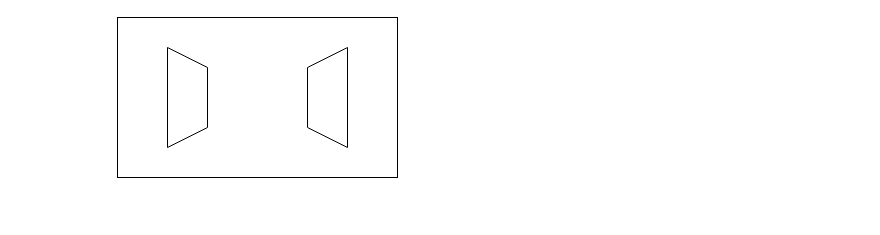
Above: Pipeline Diagram.drawio in ranjulbn20/Diagrams (draw.io), before the change. Source tidied: cells renumbered, new cells numbered last; positions are measured from the earlier drawing's top-left corner, leaving out a move shared by most shapes. Both pictures are drawn from the tidied source at 100%, with x=0, y=0 at pixel (117, 17). Pictures stored in the file or linked from it are replaced by grey dashed boxes.
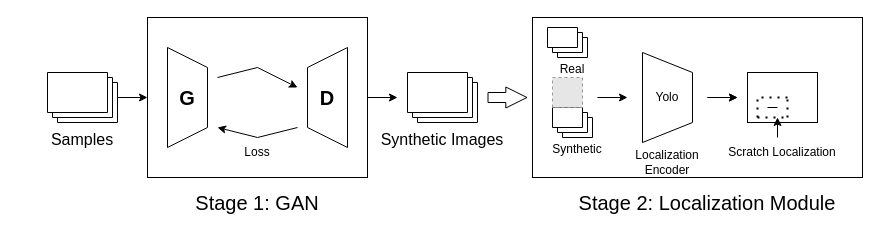
Above is the later version.

The edit, as a diff of the source:
```diff
@@
+    <mxCell id="5" style="rounded=0;whiteSpace=wrap;html=1;fontSize=16;" parent="1" vertex="1">
+      <mxGeometry x="415" width="330" height="160" as="geometry" />
+    </mxCell>
+    <mxCell id="6" style="rounded=0;whiteSpace=wrap;html=1;fontSize=12;" parent="1" vertex="1">
+      <mxGeometry x="630" y="55" width="70" height="50" as="geometry" />
+    </mxCell>
     <mxCell id="2" style="rounded=0;whiteSpace=wrap;html=1;" parent="1" vertex="1">
-      <mxGeometry width="280" height="160" as="geometry" />
+      <mxGeometry x="30" width="220" height="160" as="geometry" />
     </mxCell>
@@
+    <mxCell id="7" style="endArrow=classic;html=1;rounded=0;" parent="1" edge="1">
+      <mxGeometry relative="1" as="geometry">
+        <mxPoint x="100" y="60" as="sourcePoint" />
+        <mxPoint x="180" y="70" as="targetPoint" />
+        <Array as="points">
+          <mxPoint x="140" y="50" />
+        </Array>
+      </mxGeometry>
+    </mxCell>
+    <mxCell id="8" style="endArrow=classic;html=1;rounded=0;startArrow=none;" parent="1" edge="1">
+      <mxGeometry relative="1" as="geometry">
+        <mxPoint x="180" y="110" as="sourcePoint" />
+        <mxPoint x="100" y="110" as="targetPoint" />
+        <Array as="points">
+          <mxPoint x="140" y="120" />
+        </Array>
+      </mxGeometry>
+    </mxCell>
+    <mxCell id="9" value="Loss" style="text;html=1;strokeColor=none;fillColor=none;align=center;verticalAlign=middle;whiteSpace=wrap;rounded=0;" parent="1" vertex="1">
+      <mxGeometry x="110" y="120" width="60" height="30" as="geometry" />
+    </mxCell>
+    <mxCell id="10" value="&lt;font style=&quot;font-size: 20px;&quot;&gt;&lt;b&gt;G&lt;/b&gt;&lt;/font&gt;" style="text;html=1;strokeColor=none;fillColor=none;align=center;verticalAlign=middle;whiteSpace=wrap;rounded=0;" parent="1" vertex="1">
+      <mxGeometry x="40" y="65" width="60" height="30" as="geometry" />
+    </mxCell>
+    <mxCell id="11" value="&lt;span style=&quot;font-size: 20px;&quot;&gt;&lt;b&gt;D&lt;/b&gt;&lt;/span&gt;" style="text;html=1;strokeColor=none;fillColor=none;align=center;verticalAlign=middle;whiteSpace=wrap;rounded=0;" parent="1" vertex="1">
+      <mxGeometry x="180" y="65" width="60" height="30" as="geometry" />
+    </mxCell>
+    <mxCell id="12" value="Stage 1: GAN" style="text;html=1;strokeColor=none;fillColor=none;align=center;verticalAlign=middle;whiteSpace=wrap;rounded=0;fontSize=20;" parent="1" vertex="1">
+      <mxGeometry x="70" y="170" width="140" height="30" as="geometry" />
+    </mxCell>
+    <mxCell id="13" style="verticalLabelPosition=bottom;verticalAlign=top;html=1;shape=mxgraph.basic.layered_rect;dx=10;whiteSpace=wrap;fontSize=20;" parent="1" vertex="1">
+      <mxGeometry x="290" y="55" width="70" height="50" as="geometry" />
+    </mxCell>
+    <mxCell id="14" value="&lt;font style=&quot;font-size: 16px;&quot;&gt;Synthetic Images&lt;/font&gt;" style="text;html=1;strokeColor=none;fillColor=none;align=center;verticalAlign=middle;whiteSpace=wrap;rounded=0;fontSize=20;" parent="1" vertex="1">
+      <mxGeometry x="260" y="105" width="130" height="30" as="geometry" />
+    </mxCell>
+    <mxCell id="15" style="endArrow=classic;html=1;rounded=0;fontSize=16;exitX=1;exitY=0.5;exitDx=0;exitDy=0;" parent="1" edge="1" source="2">
+      <mxGeometry relative="1" as="geometry">
+        <mxPoint x="280" y="80" as="targetPoint" />
+      </mxGeometry>
+    </mxCell>
+    <mxCell id="16" style="verticalLabelPosition=bottom;verticalAlign=top;html=1;shape=mxgraph.basic.layered_rect;dx=10;outlineConnect=0;whiteSpace=wrap;fontSize=20;" parent="1" vertex="1">
+      <mxGeometry x="-70" y="55" width="70" height="50" as="geometry" />
+    </mxCell>
+    <mxCell id="17" value="&lt;span style=&quot;font-size: 16px;&quot;&gt;Samples&lt;/span&gt;" style="text;html=1;strokeColor=none;fillColor=none;align=center;verticalAlign=middle;whiteSpace=wrap;rounded=0;fontSize=20;" parent="1" vertex="1">
+      <mxGeometry x="-100" y="105" width="130" height="30" as="geometry" />
+    </mxCell>
+    <mxCell id="18" style="endArrow=classic;html=1;rounded=0;fontSize=16;" parent="1" edge="1" source="16">
+      <mxGeometry relative="1" as="geometry">
+        <mxPoint x="30" y="80" as="targetPoint" />
+      </mxGeometry>
+    </mxCell>
+    <mxCell id="19" style="shape=flexArrow;endArrow=classic;html=1;rounded=0;fontSize=16;endWidth=10;endSize=6.7250000000000005;" parent="1" edge="1">
+      <mxGeometry relative="1" as="geometry">
+        <mxPoint x="370" y="80" as="sourcePoint" />
+        <mxPoint x="410" y="80" as="targetPoint" />
+      </mxGeometry>
+    </mxCell>
+    <mxCell id="20" style="verticalLabelPosition=bottom;verticalAlign=top;html=1;shape=mxgraph.basic.layered_rect;dx=10;whiteSpace=wrap;fontSize=20;" parent="1" vertex="1">
+      <mxGeometry x="430" y="10" width="40" height="30" as="geometry" />
+    </mxCell>
+    <mxCell id="21" style="verticalLabelPosition=bottom;verticalAlign=top;html=1;shape=mxgraph.basic.layered_rect;dx=10;whiteSpace=wrap;fontSize=20;" parent="1" vertex="1">
+      <mxGeometry x="435" y="90" width="40" height="30" as="geometry" />
+    </mxCell>
+    <mxCell id="22" value="&lt;span style=&quot;font-size: 12px;&quot;&gt;Synthetic&lt;/span&gt;" style="text;html=1;strokeColor=none;fillColor=none;align=center;verticalAlign=middle;whiteSpace=wrap;rounded=0;fontSize=16;" parent="1" vertex="1">
+      <mxGeometry x="435" y="125" width="50" height="10" as="geometry" />
+    </mxCell>
+    <mxCell id="23" value="&lt;span style=&quot;font-size: 12px;&quot;&gt;Real&lt;/span&gt;" style="text;html=1;strokeColor=none;fillColor=none;align=center;verticalAlign=middle;whiteSpace=wrap;rounded=0;fontSize=16;" parent="1" vertex="1">
+      <mxGeometry x="440" y="45" width="30" height="10" as="geometry" />
+    </mxCell>
+    <mxCell id="24" style="fillColor=#E6E6E6;strokeColor=#999999;dashed=1;html=1;verticalAlign=top;verticalLabelPosition=bottom;labelBackgroundColor=#ffffff;fontSize=12;" parent="1" vertex="1">
+      <mxGeometry x="435" y="60" width="30" height="30" as="geometry" />
+    </mxCell>
+    <mxCell id="25" style="endArrow=classic;html=1;rounded=0;fontSize=12;" parent="1" edge="1">
+      <mxGeometry relative="1" as="geometry">
+        <mxPoint x="480" y="80" as="sourcePoint" />
+        <mxPoint x="510" y="80" as="targetPoint" />
+      </mxGeometry>
+    </mxCell>
+    <mxCell id="26" style="shape=trapezoid;perimeter=trapezoidPerimeter;whiteSpace=wrap;html=1;fixedSize=1;fontSize=12;rotation=90;" parent="1" vertex="1">
+      <mxGeometry x="505" y="55" width="90" height="50" as="geometry" />
+    </mxCell>
+    <mxCell id="27" value="Yolo" style="text;html=1;strokeColor=none;fillColor=none;align=center;verticalAlign=middle;whiteSpace=wrap;rounded=0;fontSize=12;" parent="1" vertex="1">
+      <mxGeometry x="520" y="65" width="60" height="30" as="geometry" />
+    </mxCell>
+    <mxCell id="28" style="endArrow=classic;html=1;rounded=0;fontSize=12;" parent="1" edge="1">
+      <mxGeometry relative="1" as="geometry">
+        <mxPoint x="590" y="80" as="sourcePoint" />
+        <mxPoint x="620" y="80" as="targetPoint" />
+      </mxGeometry>
+    </mxCell>
+    <mxCell id="29" style="endArrow=classic;html=1;rounded=0;fontSize=12;" parent="1" edge="1">
+      <mxGeometry relative="1" as="geometry">
+        <mxPoint x="590" y="80" as="sourcePoint" />
+        <mxPoint x="620" y="80" as="targetPoint" />
+        <Array as="points">
+          <mxPoint x="600" y="80" />
+        </Array>
+      </mxGeometry>
+    </mxCell>
+    <mxCell id="30" style="endArrow=none;dashed=1;html=1;dashPattern=1 3;strokeWidth=2;rounded=0;fontSize=12;" parent="1" edge="1">
+      <mxGeometry relative="1" as="geometry">
+        <mxPoint x="640" y="100" as="sourcePoint" />
+        <mxPoint x="670" y="100" as="targetPoint" />
+      </mxGeometry>
+    </mxCell>
+    <mxCell id="31" style="endArrow=none;dashed=1;html=1;dashPattern=1 3;strokeWidth=2;rounded=0;fontSize=12;" parent="1" edge="1">
+      <mxGeometry relative="1" as="geometry">
+        <mxPoint x="640" y="100" as="sourcePoint" />
+        <mxPoint x="670" y="80" as="targetPoint" />
+        <Array as="points">
+          <mxPoint x="640" y="80" />
+        </Array>
+      </mxGeometry>
+    </mxCell>
+    <mxCell id="32" style="endArrow=none;dashed=1;html=1;dashPattern=1 3;strokeWidth=2;rounded=0;fontSize=12;" parent="1" edge="1">
+      <mxGeometry relative="1" as="geometry">
+        <mxPoint x="670" y="100" as="sourcePoint" />
+        <mxPoint x="670" y="80" as="targetPoint" />
+      </mxGeometry>
+    </mxCell>
+    <mxCell id="33" style="endArrow=classic;html=1;rounded=0;fontSize=12;" parent="1" edge="1">
+      <mxGeometry relative="1" as="geometry">
+        <mxPoint x="660" y="120" as="sourcePoint" />
+        <mxPoint x="660" y="100" as="targetPoint" />
+      </mxGeometry>
+    </mxCell>
+    <mxCell id="34" value="Scratch Localization" style="text;html=1;strokeColor=none;fillColor=none;align=center;verticalAlign=middle;whiteSpace=wrap;rounded=0;fontSize=12;" parent="1" vertex="1">
+      <mxGeometry x="610" y="120" width="110" height="30" as="geometry" />
+    </mxCell>
+    <mxCell id="35" value="Stage 2: Localization Module" style="text;html=1;strokeColor=none;fillColor=none;align=center;verticalAlign=middle;whiteSpace=wrap;rounded=0;fontSize=20;" parent="1" vertex="1">
+      <mxGeometry x="435" y="170" width="310" height="30" as="geometry" />
+    </mxCell>
+    <mxCell id="36" value="Localization&lt;br&gt;Encoder" style="text;html=1;strokeColor=none;fillColor=none;align=center;verticalAlign=middle;whiteSpace=wrap;rounded=0;fontSize=12;" parent="1" vertex="1">
+      <mxGeometry x="520" y="130" width="60" height="30" as="geometry" />
+    </mxCell>
+    <mxCell id="37" style="endArrow=none;html=1;rounded=0;fontSize=12;" parent="1" edge="1">
+      <mxGeometry relative="1" as="geometry">
+        <mxPoint x="660" y="90" as="sourcePoint" />
+        <mxPoint x="650" y="90" as="targetPoint" />
+        <Array as="points">
+          <mxPoint x="660" y="90" />
+        </Array>
+      </mxGeometry>
+    </mxCell>
```
